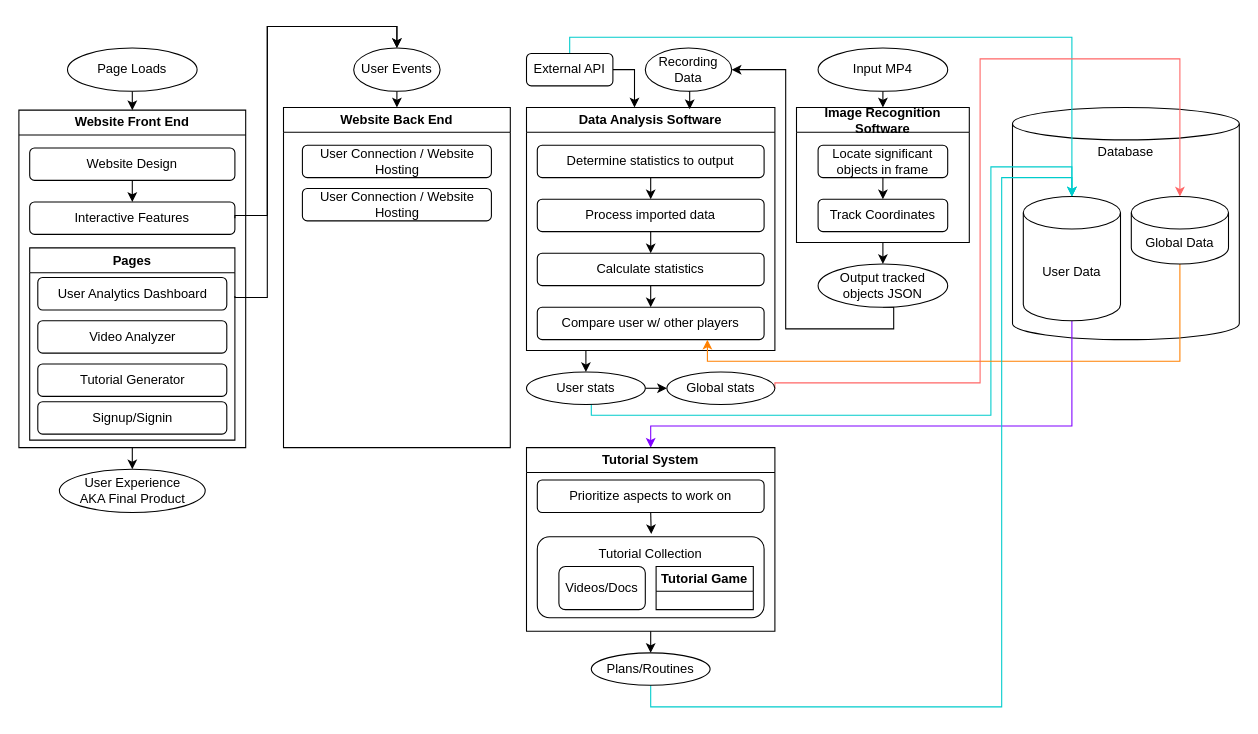
Earlier version of the draw.io diagram Project Structure.drawio (aggie-coding-club/Virtual-eSports-Coach). Source tidied: cells renumbered, new cells numbered last; positions are measured from the earlier drawing's top-left corner, leaving out a move shared by most shapes. Both pictures are drawn from the tidied source at 108%, with x=0, y=0 at pixel (18, 26).
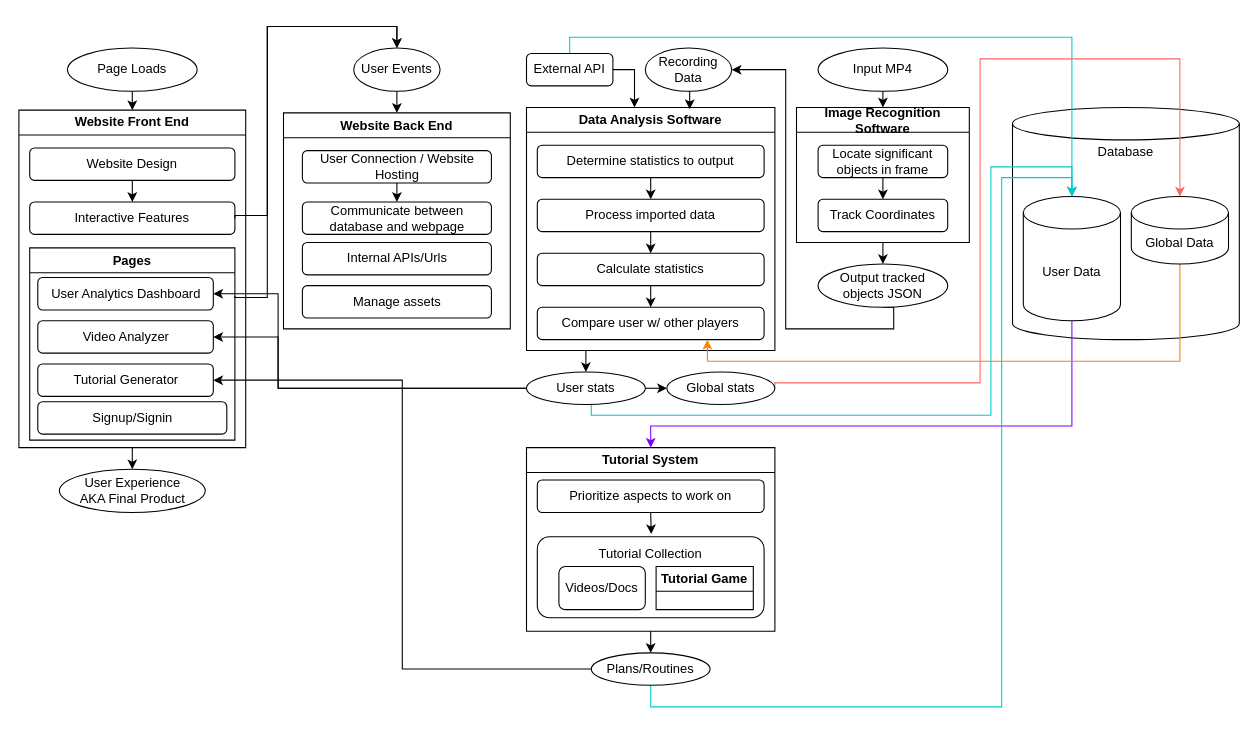
The same page after the edit.

Unchanged cells that the change refers to:
```xml
<mxCell id="3" value="User Connection / Website Hosting" style="rounded=1;whiteSpace=wrap;html=1;" parent="2" vertex="1">
  <mxGeometry x="17.5" y="35" width="175" height="30" as="geometry" />
</mxCell>
<mxCell id="26" value="Pages" style="swimlane;whiteSpace=wrap;html=1;" parent="22" vertex="1">
  <mxGeometry x="10" y="127.5" width="190" height="178" as="geometry" />
</mxCell>
<mxCell id="42" value="User stats" style="ellipse;whiteSpace=wrap;html=1;" parent="1" vertex="1">
  <mxGeometry x="470" y="320" width="110" height="30" as="geometry" />
</mxCell>
<mxCell id="57" value="Plans/Routines" style="ellipse;whiteSpace=wrap;html=1;" parent="1" vertex="1">
  <mxGeometry x="530" y="580" width="110" height="30" as="geometry" />
</mxCell>
```

What changed in the source:
```diff
@@
     <mxCell id="2" value="Website Back End" style="swimlane;whiteSpace=wrap;html=1;startSize=23;" parent="1" vertex="1">
-      <mxGeometry x="245" y="75" width="210" height="315" as="geometry" />
+      <mxGeometry x="245" y="80" width="210" height="200" as="geometry" />
     </mxCell>
+    <mxCell id="65" style="edgeStyle=orthogonalEdgeStyle;rounded=0;jettySize=auto;html=1;exitX=0.5;exitY=1;exitDx=0;exitDy=0;entryX=0.5;entryY=0;entryDx=0;entryDy=0;strokeColor=#000000;" parent="2" edge="1" source="3" target="5">
+      <mxGeometry relative="1" as="geometry" />
+    </mxCell>
@@
-    <mxCell id="5" value="User Connection / Website Hosting" style="rounded=1;whiteSpace=wrap;html=1;" parent="2" vertex="1">
-      <mxGeometry x="17.5" y="75" width="175" height="30" as="geometry" />
+    <mxCell id="5" value="Communicate between database and webpage" style="rounded=1;whiteSpace=wrap;html=1;" parent="2" vertex="1">
+      <mxGeometry x="17.5" y="82.5" width="175" height="30" as="geometry" />
     </mxCell>
+    <mxCell id="66" value="Internal APIs/Urls" style="rounded=1;whiteSpace=wrap;html=1;" parent="2" vertex="1">
+      <mxGeometry x="17.5" y="120" width="175" height="30" as="geometry" />
+    </mxCell>
+    <mxCell id="67" value="Manage assets" style="rounded=1;whiteSpace=wrap;html=1;" parent="2" vertex="1">
+      <mxGeometry x="17.5" y="160" width="175" height="30" as="geometry" />
+    </mxCell>
@@
     <mxCell id="27" value="User Analytics Dashboard" style="rounded=1;whiteSpace=wrap;html=1;" parent="26" vertex="1">
-      <mxGeometry x="7.5" y="27.5" width="175" height="30" as="geometry" />
+      <mxGeometry x="7.5" y="27.5" width="162.5" height="30" as="geometry" />
     </mxCell>
     <mxCell id="28" value="Video Analyzer" style="rounded=1;whiteSpace=wrap;html=1;" parent="26" vertex="1">
-      <mxGeometry x="7.5" y="67.5" width="175" height="30" as="geometry" />
+      <mxGeometry x="7.5" y="67.5" width="162.5" height="30" as="geometry" />
     </mxCell>
     <mxCell id="29" value="Tutorial Generator" style="rounded=1;whiteSpace=wrap;html=1;" parent="26" vertex="1">
-      <mxGeometry x="7.5" y="107.5" width="175" height="30" as="geometry" />
+      <mxGeometry x="7.5" y="107.5" width="162.5" height="30" as="geometry" />
     </mxCell>
@@
+    <mxCell id="68" style="edgeStyle=orthogonalEdgeStyle;rounded=0;jettySize=auto;html=1;entryX=1;entryY=0.5;entryDx=0;entryDy=0;strokeColor=#000000;" parent="1" edge="1" source="42" target="27">
+      <mxGeometry relative="1" as="geometry">
+        <Array as="points">
+          <mxPoint x="240" y="335" />
+          <mxPoint x="240" y="248" />
+        </Array>
+      </mxGeometry>
+    </mxCell>
+    <mxCell id="69" style="edgeStyle=orthogonalEdgeStyle;rounded=0;jettySize=auto;html=1;entryX=1;entryY=0.5;entryDx=0;entryDy=0;strokeColor=#000000;" parent="1" edge="1" source="42" target="28">
+      <mxGeometry relative="1" as="geometry">
+        <Array as="points">
+          <mxPoint x="240" y="335" />
+          <mxPoint x="240" y="288" />
+        </Array>
+      </mxGeometry>
+    </mxCell>
@@
+    <mxCell id="70" style="edgeStyle=orthogonalEdgeStyle;rounded=0;jettySize=auto;html=1;exitX=0;exitY=0.5;exitDx=0;exitDy=0;entryX=1;entryY=0.5;entryDx=0;entryDy=0;strokeColor=#000000;" parent="1" edge="1" source="57" target="29">
+      <mxGeometry relative="1" as="geometry" />
+    </mxCell>
```
